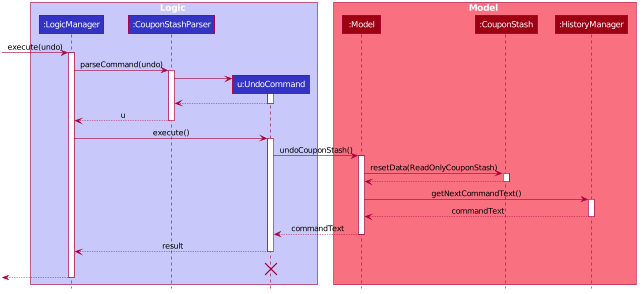
Above: docs/images/UndoSequenceDiagram.png in nus-cs2103-AY1920S2/addressbook-level3 (PlantUML), before the change.
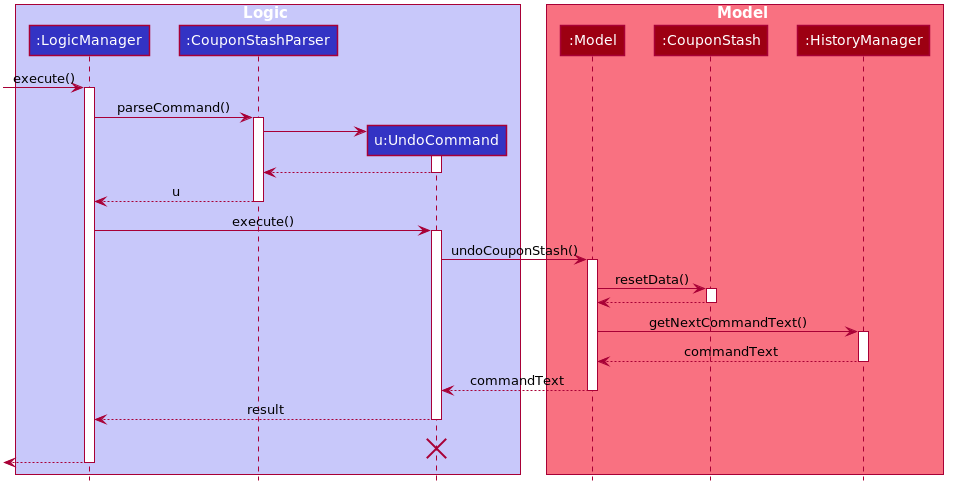
Above is the later version.

Commit message:
Remove portion from undo redo

What changed in the source:
```diff
@@ -59,10 +59,10 @@
 participant ":CouponStash" as CouponStash #9D0012
 participant ":HistoryManager" as HistoryManager #9D0012
 end box
-[-> LogicManager : execute(undo)
+[-> LogicManager : execute()
 activate LogicManager
 
-LogicManager -> CouponStashParser : parseCommand(undo)
+LogicManager -> CouponStashParser : parseCommand()
 activate CouponStashParser
 
 create UndoCommand
@@ -81,7 +81,7 @@
 UndoCommand -> Model : undoCouponStash()
 activate Model
 
-Model -> CouponStash : resetData(ReadOnlyCouponStash)
+Model -> CouponStash : resetData()
 activate CouponStash
 CouponStash --> Model
 deactivate CouponStash
```
